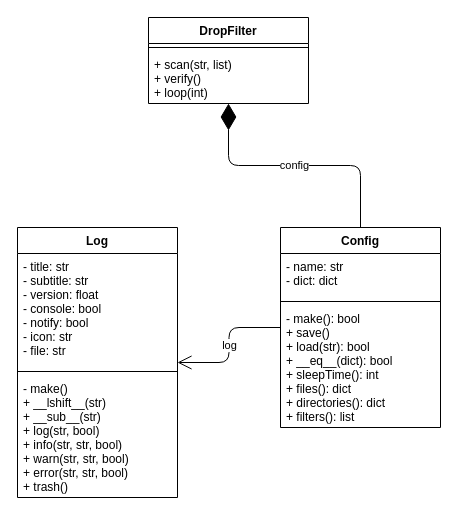
Earlier version of the draw.io diagram Docs/ClassDiagram.drawio (Zvorky/DropFilter). Source tidied: cells renumbered, new cells numbered last; positions are measured from the earlier drawing's top-left corner, leaving out a move shared by most shapes. Both pictures are drawn from the tidied source at 100%, with x=0, y=0 at pixel (17, 17).
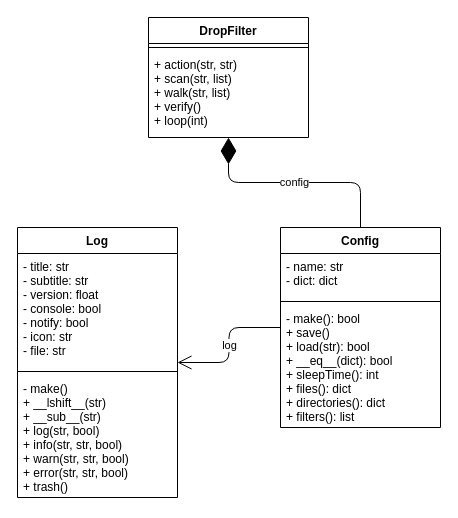
After the change.

Commit message (it also covers changes not shown here):
scan() criteria

What changed in the source:
```diff
@@
 <mxGraphModel>
   <root>
     <mxCell id="0" />
     <mxCell id="1" parent="0" />
     <mxCell id="2" value="Log" style="swimlane;fontStyle=1;align=center;verticalAlign=top;horizontal=1;startSize=26;rounded=0;" parent="1" vertex="1">
       <mxGeometry y="210" width="160" height="270" as="geometry" />
     </mxCell>
     <mxCell id="3" value="- title: str&#10;- subtitle: str&#10;- version: float&#10;- console: bool&#10;- notify: bool&#10;- icon: str&#10;- file: str" style="text;strokeColor=none;fillColor=none;align=left;verticalAlign=top;spacingLeft=4;spacingRight=4;overflow=hidden;rounded=0;" parent="2" vertex="1">
       <mxGeometry y="26" width="160" height="114" as="geometry" />
     </mxCell>
     <mxCell id="4" style="line;strokeWidth=1;fillColor=none;align=left;verticalAlign=middle;spacingTop=-1;spacingLeft=3;spacingRight=3;labelPosition=right;strokeColor=inherit;rounded=0;" parent="2" vertex="1">
       <mxGeometry y="140" width="160" height="8" as="geometry" />
     </mxCell>
     <mxCell id="5" value="- make()&#10;+ __lshift__(str)&#10;+ __sub__(str)&#10;+ log(str, bool)&#10;+ info(str, str, bool)&#10;+ warn(str, str, bool)&#10;+ error(str, str, bool)&#10;+ trash()" style="text;strokeColor=none;fillColor=none;align=left;verticalAlign=top;spacingLeft=4;spacingRight=4;overflow=hidden;rounded=0;" parent="2" vertex="1">
       <mxGeometry y="148" width="160" height="122" as="geometry" />
     </mxCell>
     <mxCell id="6" value="Config" style="swimlane;fontStyle=1;align=center;verticalAlign=top;horizontal=1;startSize=26;rounded=0;" parent="1" vertex="1">
       <mxGeometry x="263" y="210" width="160" height="200" as="geometry" />
     </mxCell>
     <mxCell id="7" value="- name: str&#10;- dict: dict" style="text;strokeColor=none;fillColor=none;align=left;verticalAlign=top;spacingLeft=4;spacingRight=4;overflow=hidden;rounded=0;" parent="6" vertex="1">
       <mxGeometry y="26" width="160" height="44" as="geometry" />
     </mxCell>
     <mxCell id="8" style="line;strokeWidth=1;fillColor=none;align=left;verticalAlign=middle;spacingTop=-1;spacingLeft=3;spacingRight=3;labelPosition=right;strokeColor=inherit;rounded=0;" parent="6" vertex="1">
       <mxGeometry y="70" width="160" height="8" as="geometry" />
     </mxCell>
     <mxCell id="9" value="- make(): bool&#10;+ save()&#10;+ load(str): bool&#10;+ __eq__(dict): bool&#10;+ sleepTime(): int&#10;+ files(): dict&#10;+ directories(): dict&#10;+ filters(): list" style="text;strokeColor=none;fillColor=none;align=left;verticalAlign=top;spacingLeft=4;spacingRight=4;overflow=hidden;rounded=0;" parent="6" vertex="1">
       <mxGeometry y="78" width="160" height="122" as="geometry" />
     </mxCell>
     <mxCell id="10" value="DropFilter" style="swimlane;fontStyle=1;align=center;verticalAlign=top;horizontal=1;startSize=26;rounded=0;" parent="1" vertex="1">
-      <mxGeometry x="131" width="160" height="86" as="geometry" />
+      <mxGeometry x="131" width="160" height="120" as="geometry" />
     </mxCell>
     <mxCell id="11" style="line;strokeWidth=1;fillColor=none;align=left;verticalAlign=middle;spacingTop=-1;spacingLeft=3;spacingRight=3;labelPosition=right;strokeColor=inherit;rounded=0;" parent="10" vertex="1">
       <mxGeometry y="26" width="160" height="8" as="geometry" />
     </mxCell>
-    <mxCell id="12" value="+ scan(str, list)&#10;+ verify()&#10;+ loop(int)" style="text;strokeColor=none;fillColor=none;align=left;verticalAlign=top;spacingLeft=4;spacingRight=4;overflow=hidden;rounded=0;" parent="10" vertex="1">
-      <mxGeometry y="34" width="160" height="52" as="geometry" />
+    <mxCell id="12" value="+ action(str, str)&#10;+ scan(str, list)&#10;+ walk(str, list)&#10;+ verify()&#10;+ loop(int)" style="text;strokeColor=none;fillColor=none;align=left;verticalAlign=top;spacingLeft=4;spacingRight=4;overflow=hidden;rounded=0;" parent="10" vertex="1">
+      <mxGeometry y="34" width="160" height="86" as="geometry" />
     </mxCell>
     <mxCell id="13" value="config" style="endArrow=diamondThin;endFill=1;endSize=24;html=1;edgeStyle=orthogonalEdgeStyle;" parent="1" edge="1" source="6" target="10">
       <mxGeometry relative="1" as="geometry" />
     </mxCell>
     <mxCell id="14" value="log" style="endArrow=open;endFill=1;endSize=12;html=1;edgeStyle=orthogonalEdgeStyle;" parent="1" edge="1" source="6" target="2">
       <mxGeometry relative="1" as="geometry" />
     </mxCell>
   </root>
 </mxGraphModel>
```
